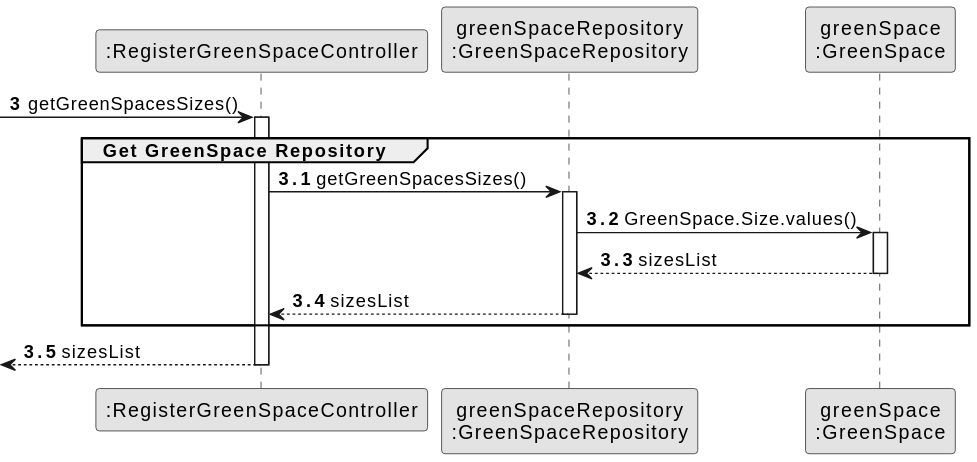
The PlantUML diagram docs/sprintC/us020/03.design/svg/us020-sequence-diagram-partial-get_sizes_list.svg in SAEmanuel/Green_Spaces_Management_ISEP, before a commit. Source of this version:
```plantuml
@startuml
skinparam monochrome true
skinparam packageStyle rectangle
skinparam shadowing false

autonumber

participant ":RegisterGreenSpaceController" as CTRL
participant "greenSpaceRepository\n:GreenSpaceRepository" as greenSpaceRepository
participant "greenSpace\n:GreenSpace" as EMPREGO
autonumber 3


 -> CTRL :getGreenSpacesSizes()
autonumber 3.1
activate CTRL
    group Get GreenSpace Repository
            CTRL ->  greenSpaceRepository : getGreenSpacesSizes()
            activate greenSpaceRepository

                greenSpaceRepository -> EMPREGO: GreenSpace.Size.values()
                activate EMPREGO

                EMPREGO --> greenSpaceRepository : sizesList
                deactivate EMPREGO
                greenSpaceRepository --> CTRL : sizesList
            deactivate greenSpaceRepository

    end
            <-- CTRL : sizesList
    autonumber 4
deactivate CTRL
@enduml
```
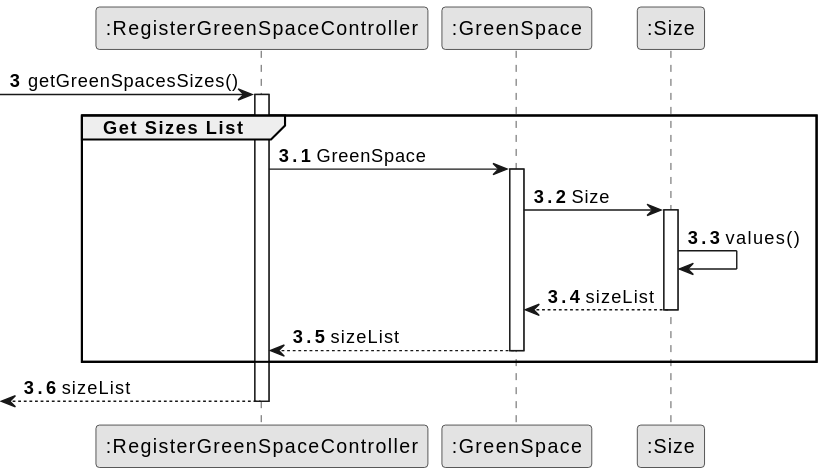
The same diagram one commit later.

The edit, as a diff of the source:
```diff
@@ -6,28 +6,29 @@
 autonumber
 
 participant ":RegisterGreenSpaceController" as CTRL
-participant "greenSpaceRepository\n:GreenSpaceRepository" as greenSpaceRepository
-participant "greenSpace\n:GreenSpace" as EMPREGO
+participant ":GreenSpace" as greenSpaceRepository
+participant ":Size" as EMPREGO
 autonumber 3
 
 
  -> CTRL :getGreenSpacesSizes()
 autonumber 3.1
 activate CTRL
-    group Get GreenSpace Repository
-            CTRL ->  greenSpaceRepository : getGreenSpacesSizes()
+    group Get Sizes List
+            CTRL ->  greenSpaceRepository : GreenSpace
             activate greenSpaceRepository
 
-                greenSpaceRepository -> EMPREGO: GreenSpace.Size.values()
+                greenSpaceRepository -> EMPREGO: Size
                 activate EMPREGO
+                    EMPREGO -> EMPREGO : values()
 
-                EMPREGO --> greenSpaceRepository : sizesList
+                EMPREGO --> greenSpaceRepository : sizeList
                 deactivate EMPREGO
-                greenSpaceRepository --> CTRL : sizesList
+                greenSpaceRepository --> CTRL : sizeList
             deactivate greenSpaceRepository
 
     end
-            <-- CTRL : sizesList
+            <-- CTRL : sizeList
     autonumber 4
 deactivate CTRL
 @enduml
```
